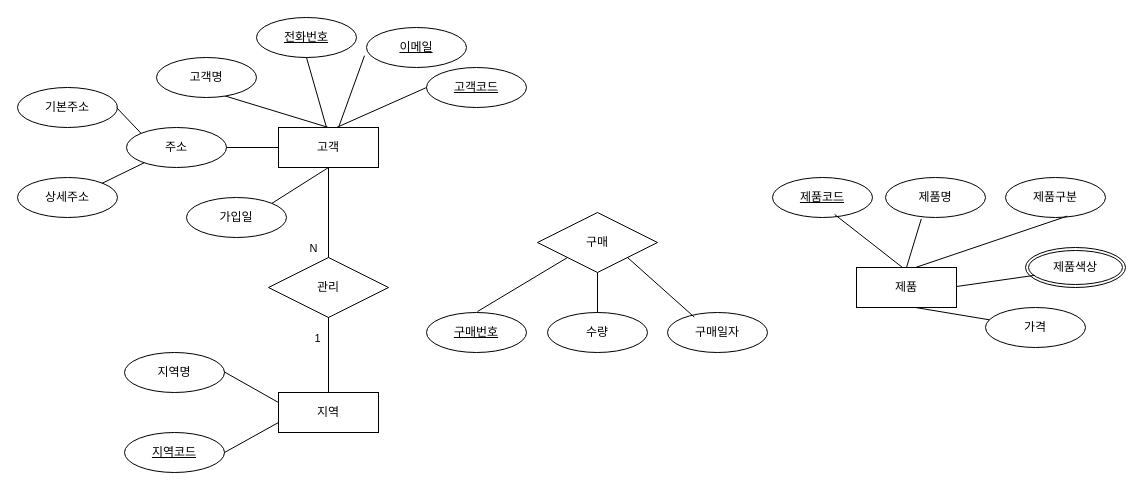
This is page "페이지-1" (1 of 3) of 제목 없는 다이어그램.drawio from eunjiProgramming/erd, a draw.io file, before an edit. Source tidied: cells renumbered, new cells numbered last; positions are measured from the earlier drawing's top-left corner, leaving out a move shared by most shapes. Both pictures are drawn from the tidied source at 100%, with x=0, y=0 at pixel (17, 17).
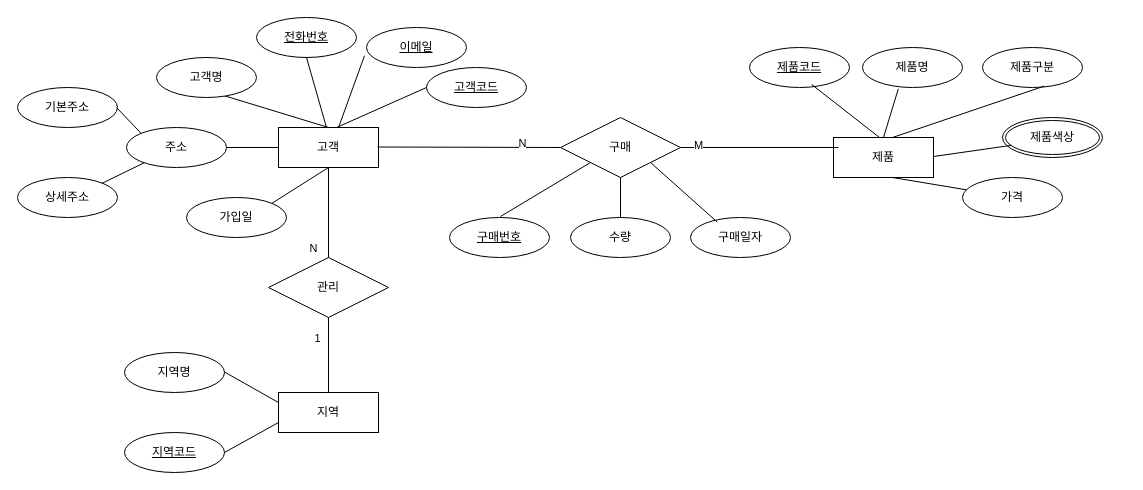
The same page after the edit.

Commit message:
제목 없는 다이어그램.drawio 업데이트

Diff of the diagram source:
```diff
@@
     <mxCell id="25" value="제품" style="whiteSpace=wrap;html=1;align=center;" parent="1" vertex="1">
-      <mxGeometry x="839" y="250" width="100" height="40" as="geometry" />
+      <mxGeometry x="816" y="120" width="100" height="40" as="geometry" />
     </mxCell>
     <mxCell id="26" value="제품구분" style="ellipse;whiteSpace=wrap;html=1;align=center;" parent="1" vertex="1">
-      <mxGeometry x="988" y="160" width="100" height="40" as="geometry" />
+      <mxGeometry x="965" y="30" width="100" height="40" as="geometry" />
     </mxCell>
     <mxCell id="27" value="제품코드" style="ellipse;whiteSpace=wrap;html=1;align=center;fontStyle=4;" parent="1" vertex="1">
-      <mxGeometry x="755" y="160" width="100" height="40" as="geometry" />
+      <mxGeometry x="732" y="30" width="100" height="40" as="geometry" />
     </mxCell>
     <mxCell id="28" style="endArrow=none;html=1;rounded=0;exitX=0.622;exitY=0.925;exitDx=0;exitDy=0;exitPerimeter=0;" parent="1" edge="1" source="27">
       <mxGeometry relative="1" as="geometry">
-        <mxPoint x="885" y="250" as="targetPoint" />
+        <mxPoint x="862" y="120" as="targetPoint" />
       </mxGeometry>
     </mxCell>
     <mxCell id="29" style="endArrow=none;html=1;rounded=0;entryX=0.618;entryY=0.965;entryDx=0;entryDy=0;entryPerimeter=0;" parent="1" edge="1" target="26">
       <mxGeometry relative="1" as="geometry">
-        <mxPoint x="898" y="250" as="sourcePoint" />
+        <mxPoint x="875" y="120" as="sourcePoint" />
       </mxGeometry>
     </mxCell>
     <mxCell id="30" value="제품명" style="ellipse;whiteSpace=wrap;html=1;align=center;" parent="1" vertex="1">
-      <mxGeometry x="868" y="160" width="100" height="40" as="geometry" />
+      <mxGeometry x="845" y="30" width="100" height="40" as="geometry" />
     </mxCell>
@@
     <mxCell id="32" value="제품색상" style="ellipse;shape=doubleEllipse;margin=3;whiteSpace=wrap;html=1;align=center;" parent="1" vertex="1">
-      <mxGeometry x="1008" y="230" width="100" height="40" as="geometry" />
+      <mxGeometry x="985" y="100" width="100" height="40" as="geometry" />
     </mxCell>
     <mxCell id="33" style="endArrow=none;html=1;rounded=0;entryX=0.092;entryY=0.695;entryDx=0;entryDy=0;entryPerimeter=0;" parent="1" edge="1" target="32">
       <mxGeometry relative="1" as="geometry">
-        <mxPoint x="939" y="269" as="sourcePoint" />
+        <mxPoint x="916" y="139" as="sourcePoint" />
       </mxGeometry>
     </mxCell>
     <mxCell id="34" value="가격" style="ellipse;whiteSpace=wrap;html=1;align=center;" parent="1" vertex="1">
-      <mxGeometry x="968" y="290" width="100" height="40" as="geometry" />
+      <mxGeometry x="945" y="160" width="100" height="40" as="geometry" />
     </mxCell>
     <mxCell id="35" style="endArrow=none;html=1;rounded=0;" parent="1" edge="1" target="34">
       <mxGeometry relative="1" as="geometry">
-        <mxPoint x="898" y="290" as="sourcePoint" />
+        <mxPoint x="875" y="160" as="sourcePoint" />
       </mxGeometry>
     </mxCell>
@@
     <mxCell id="41" value="구매" style="shape=rhombus;perimeter=rhombusPerimeter;whiteSpace=wrap;html=1;align=center;" parent="1" vertex="1">
-      <mxGeometry x="520" y="195" width="120" height="60" as="geometry" />
+      <mxGeometry x="543" y="100" width="120" height="60" as="geometry" />
     </mxCell>
     <mxCell id="42" value="구매번호" style="ellipse;whiteSpace=wrap;html=1;align=center;fontStyle=4;" parent="1" vertex="1">
-      <mxGeometry x="409" y="295" width="100" height="40" as="geometry" />
+      <mxGeometry x="432" y="200" width="100" height="40" as="geometry" />
     </mxCell>
     <mxCell id="43" style="endArrow=none;html=1;rounded=0;entryX=0;entryY=1;entryDx=0;entryDy=0;" parent="1" edge="1" target="41">
       <mxGeometry relative="1" as="geometry">
-        <mxPoint x="460" y="294" as="sourcePoint" />
+        <mxPoint x="483" y="199" as="sourcePoint" />
       </mxGeometry>
     </mxCell>
     <mxCell id="44" value="수량" style="ellipse;whiteSpace=wrap;html=1;align=center;" parent="1" vertex="1">
-      <mxGeometry x="530" y="295" width="100" height="40" as="geometry" />
+      <mxGeometry x="553" y="200" width="100" height="40" as="geometry" />
     </mxCell>
     <mxCell id="45" value="구매일자" style="ellipse;whiteSpace=wrap;html=1;align=center;" parent="1" vertex="1">
-      <mxGeometry x="650" y="295" width="100" height="40" as="geometry" />
+      <mxGeometry x="673" y="200" width="100" height="40" as="geometry" />
     </mxCell>
     <mxCell id="46" style="endArrow=none;html=1;rounded=0;entryX=0.5;entryY=0;entryDx=0;entryDy=0;" parent="1" edge="1" target="44">
       <mxGeometry relative="1" as="geometry">
-        <mxPoint x="580" y="255" as="sourcePoint" />
+        <mxPoint x="603" y="160" as="sourcePoint" />
       </mxGeometry>
     </mxCell>
@@
+    <mxCell id="48" style="endArrow=none;html=1;rounded=0;entryX=0;entryY=0.5;entryDx=0;entryDy=0;" parent="1" edge="1" target="41">
+      <mxGeometry relative="1" as="geometry">
+        <mxPoint x="360" y="129.5" as="sourcePoint" />
+      </mxGeometry>
+    </mxCell>
+    <mxCell id="49" value="N" style="edgeLabel;html=1;align=center;verticalAlign=middle;" parent="48" vertex="1">
+      <mxGeometry x="0.57" y="4" relative="1" as="geometry" />
+    </mxCell>
+    <mxCell id="50" style="endArrow=none;html=1;rounded=0;exitX=1;exitY=0.5;exitDx=0;exitDy=0;entryX=0.05;entryY=0.25;entryDx=0;entryDy=0;entryPerimeter=0;" parent="1" edge="1" source="41" target="25">
+      <mxGeometry relative="1" as="geometry" />
+    </mxCell>
+    <mxCell id="51" value="M" style="edgeLabel;html=1;align=center;verticalAlign=middle;" parent="50" vertex="1">
+      <mxGeometry x="-0.78" y="3" relative="1" as="geometry" />
+    </mxCell>
```
